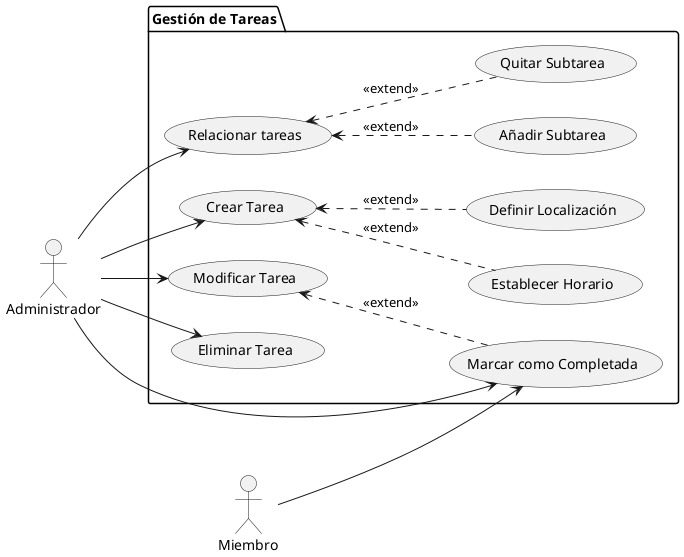
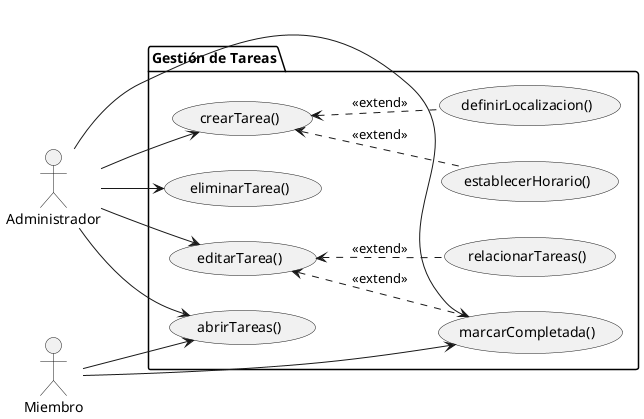
@startuml DiagramaGestionTareas
left to right direction
actor "Administrador" as Admin
actor "Miembro" as Miem

    package "Gestión de Tareas" {
-         usecase "Relacionar tareas" as UC5
-         usecase "Crear Tarea" as UC1
-         usecase "Modificar Tarea" as UC2
-         usecase "Eliminar Tarea" as UC3
-         usecase "Marcar como Completada" as UC4
-         usecase "Añadir Subtarea" as UC5a
-         usecase "Quitar Subtarea" as UC5b
-         usecase "Establecer Horario" as UC6
-         usecase "Definir Localización" as UC7
+         usecase "crearTarea()" as UC1
+         usecase "editarTarea()" as UC2
+         usecase "eliminarTarea()" as UC3
+         usecase "marcarCompletada()" as UC4
+         usecase "relacionarTareas()" as UC5
+         usecase "establecerHorario()" as UC6
+         usecase "definirLocalizacion()" as UC7
+         usecase "abrirTareas()" as UC8
    }

    Admin --> UC1
-     Admin--> UC2
-     Admin--> UC3
+     Admin --> UC3
    Admin --> UC4
+     Admin --> UC8
+     Admin -left-> UC2
+     Miem --> UC8
    Miem --> UC4
-     Admin--> UC5
-     UC5 <.. UC5a : <<extend>>
-     UC5 <.. UC5b : <<extend>>
+     UC2 <.. UC5 : <<extend>>
    UC2 <.. UC4 : <<extend>>
    UC1 <.. UC6 : <<extend>>
    UC1 <.. UC7 : <<extend>>
@enduml